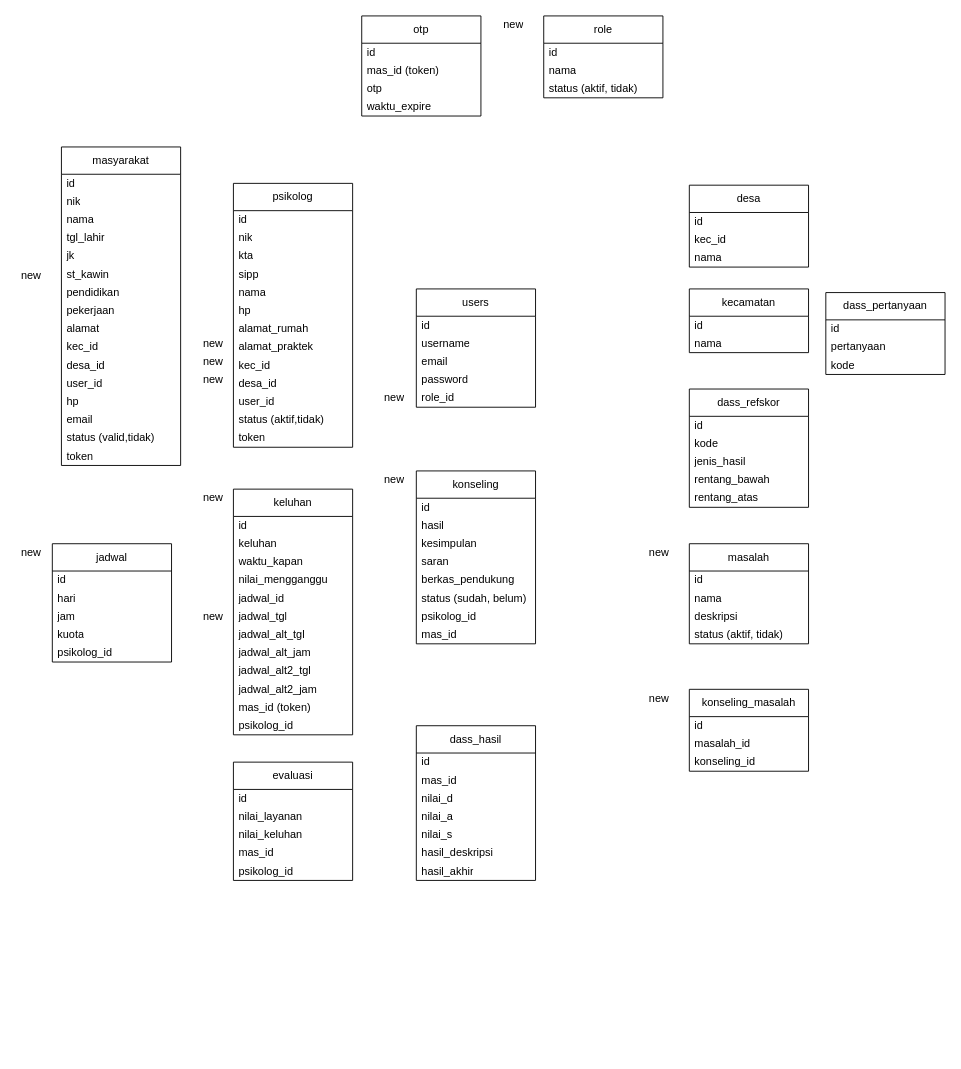
Above: env_designs/erd_dmb.drawio in zeneight/drawio (draw.io), before the change. Source tidied: cells renumbered, new cells numbered last; positions are measured from the earlier drawing's top-left corner, leaving out a move shared by most shapes. Both pictures are drawn from the tidied source at 91%, with x=0, y=0 at pixel (15, 15).
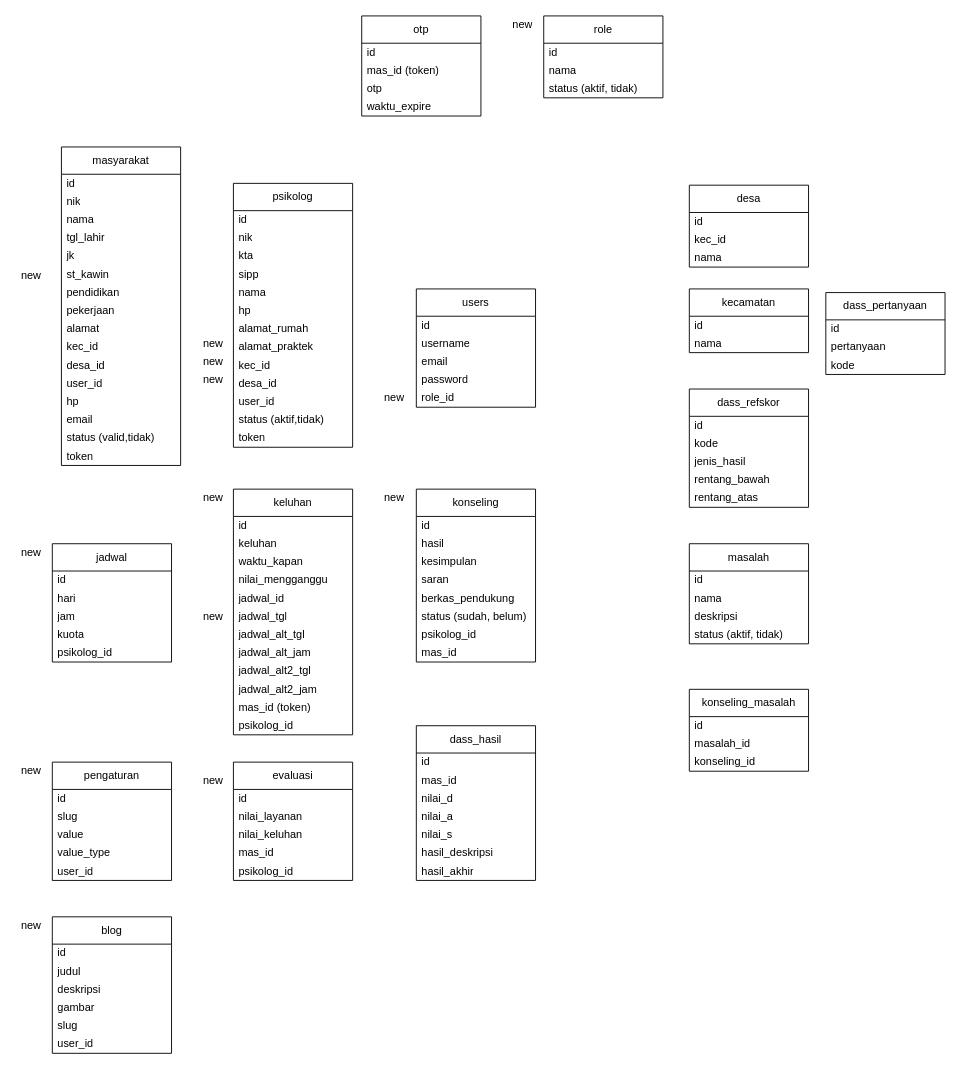
The same page after the edit.

What changed in the source:
```diff
@@
     <mxCell id="58" value="konseling" style="swimlane;fontStyle=0;horizontal=1;startSize=30;whiteSpace=wrap;html=1;" parent="1" vertex="1">
-      <mxGeometry x="440" y="500" width="131" height="190" as="geometry" />
+      <mxGeometry x="440" y="520" width="131" height="190" as="geometry" />
     </mxCell>
@@
     <mxCell id="106" value="new" style="text;strokeColor=none;fillColor=none;align=left;verticalAlign=middle;spacingLeft=4;spacingRight=4;overflow=hidden;whiteSpace=wrap;html=1;" parent="1" vertex="1">
-      <mxGeometry x="399" y="500" width="50" height="20" as="geometry" />
+      <mxGeometry x="399" y="520" width="50" height="20" as="geometry" />
     </mxCell>
@@
-    <mxCell id="111" value="new" style="text;strokeColor=none;fillColor=none;align=left;verticalAlign=middle;spacingLeft=4;spacingRight=4;overflow=hidden;whiteSpace=wrap;html=1;" parent="1" vertex="1">
-      <mxGeometry x="690" y="740" width="50" height="20" as="geometry" />
-    </mxCell>
@@
-    <mxCell id="121" value="new" style="text;strokeColor=none;fillColor=none;align=left;verticalAlign=middle;spacingLeft=4;spacingRight=4;overflow=hidden;whiteSpace=wrap;html=1;" parent="1" vertex="1">
-      <mxGeometry x="690" y="580" width="50" height="20" as="geometry" />
-    </mxCell>
@@
     <mxCell id="126" value="new" style="text;strokeColor=none;fillColor=none;align=left;verticalAlign=middle;spacingLeft=4;spacingRight=4;overflow=hidden;whiteSpace=wrap;html=1;" parent="1" vertex="1">
-      <mxGeometry x="530" width="50" height="20" as="geometry" />
+      <mxGeometry x="540" width="50" height="20" as="geometry" />
     </mxCell>
@@
+    <mxCell id="128" value="pengaturan" style="swimlane;fontStyle=0;horizontal=1;startSize=30;whiteSpace=wrap;html=1;" parent="1" vertex="1">
+      <mxGeometry x="40" y="820" width="131" height="130" as="geometry" />
+    </mxCell>
+    <mxCell id="129" value="id" style="text;strokeColor=none;fillColor=none;align=left;verticalAlign=middle;spacingLeft=4;spacingRight=4;overflow=hidden;whiteSpace=wrap;html=1;" parent="128" vertex="1">
+      <mxGeometry y="30" width="131" height="20" as="geometry" />
+    </mxCell>
+    <mxCell id="130" value="slug" style="text;strokeColor=none;fillColor=none;align=left;verticalAlign=middle;spacingLeft=4;spacingRight=4;overflow=hidden;whiteSpace=wrap;html=1;" parent="128" vertex="1">
+      <mxGeometry y="50" width="131" height="20" as="geometry" />
+    </mxCell>
+    <mxCell id="131" value="value" style="text;strokeColor=none;fillColor=none;align=left;verticalAlign=middle;spacingLeft=4;spacingRight=4;overflow=hidden;whiteSpace=wrap;html=1;" parent="128" vertex="1">
+      <mxGeometry y="70" width="131" height="20" as="geometry" />
+    </mxCell>
+    <mxCell id="132" value="value_type" style="text;strokeColor=none;fillColor=none;align=left;verticalAlign=middle;spacingLeft=4;spacingRight=4;overflow=hidden;whiteSpace=wrap;html=1;" parent="128" vertex="1">
+      <mxGeometry y="90" width="131" height="20" as="geometry" />
+    </mxCell>
+    <mxCell id="133" value="user_id" style="text;strokeColor=none;fillColor=none;align=left;verticalAlign=middle;spacingLeft=4;spacingRight=4;overflow=hidden;whiteSpace=wrap;html=1;" parent="128" vertex="1">
+      <mxGeometry y="110" width="131" height="20" as="geometry" />
+    </mxCell>
+    <mxCell id="134" value="new" style="text;strokeColor=none;fillColor=none;align=left;verticalAlign=middle;spacingLeft=4;spacingRight=4;overflow=hidden;whiteSpace=wrap;html=1;" parent="1" vertex="1">
+      <mxGeometry y="820" width="50" height="20" as="geometry" />
+    </mxCell>
+    <mxCell id="135" value="blog" style="swimlane;fontStyle=0;horizontal=1;startSize=30;whiteSpace=wrap;html=1;" parent="1" vertex="1">
+      <mxGeometry x="40" y="990" width="131" height="150" as="geometry" />
+    </mxCell>
+    <mxCell id="136" value="id" style="text;strokeColor=none;fillColor=none;align=left;verticalAlign=middle;spacingLeft=4;spacingRight=4;overflow=hidden;whiteSpace=wrap;html=1;" parent="135" vertex="1">
+      <mxGeometry y="30" width="131" height="20" as="geometry" />
+    </mxCell>
+    <mxCell id="137" value="judul" style="text;strokeColor=none;fillColor=none;align=left;verticalAlign=middle;spacingLeft=4;spacingRight=4;overflow=hidden;whiteSpace=wrap;html=1;" parent="135" vertex="1">
+      <mxGeometry y="50" width="131" height="20" as="geometry" />
+    </mxCell>
+    <mxCell id="138" value="deskripsi" style="text;strokeColor=none;fillColor=none;align=left;verticalAlign=middle;spacingLeft=4;spacingRight=4;overflow=hidden;whiteSpace=wrap;html=1;" parent="135" vertex="1">
+      <mxGeometry y="70" width="131" height="20" as="geometry" />
+    </mxCell>
+    <mxCell id="139" value="gambar" style="text;strokeColor=none;fillColor=none;align=left;verticalAlign=middle;spacingLeft=4;spacingRight=4;overflow=hidden;whiteSpace=wrap;html=1;" parent="135" vertex="1">
+      <mxGeometry y="90" width="131" height="20" as="geometry" />
+    </mxCell>
+    <mxCell id="140" value="slug" style="text;strokeColor=none;fillColor=none;align=left;verticalAlign=middle;spacingLeft=4;spacingRight=4;overflow=hidden;whiteSpace=wrap;html=1;" parent="135" vertex="1">
+      <mxGeometry y="110" width="131" height="20" as="geometry" />
+    </mxCell>
+    <mxCell id="141" value="user_id" style="text;strokeColor=none;fillColor=none;align=left;verticalAlign=middle;spacingLeft=4;spacingRight=4;overflow=hidden;whiteSpace=wrap;html=1;" parent="135" vertex="1">
+      <mxGeometry y="130" width="131" height="20" as="geometry" />
+    </mxCell>
+    <mxCell id="142" value="new" style="text;strokeColor=none;fillColor=none;align=left;verticalAlign=middle;spacingLeft=4;spacingRight=4;overflow=hidden;whiteSpace=wrap;html=1;" parent="1" vertex="1">
+      <mxGeometry y="990" width="50" height="20" as="geometry" />
+    </mxCell>
+    <mxCell id="143" value="new" style="text;strokeColor=none;fillColor=none;align=left;verticalAlign=middle;spacingLeft=4;spacingRight=4;overflow=hidden;whiteSpace=wrap;html=1;" parent="1" vertex="1">
+      <mxGeometry x="200" y="830" width="50" height="20" as="geometry" />
+    </mxCell>
```
